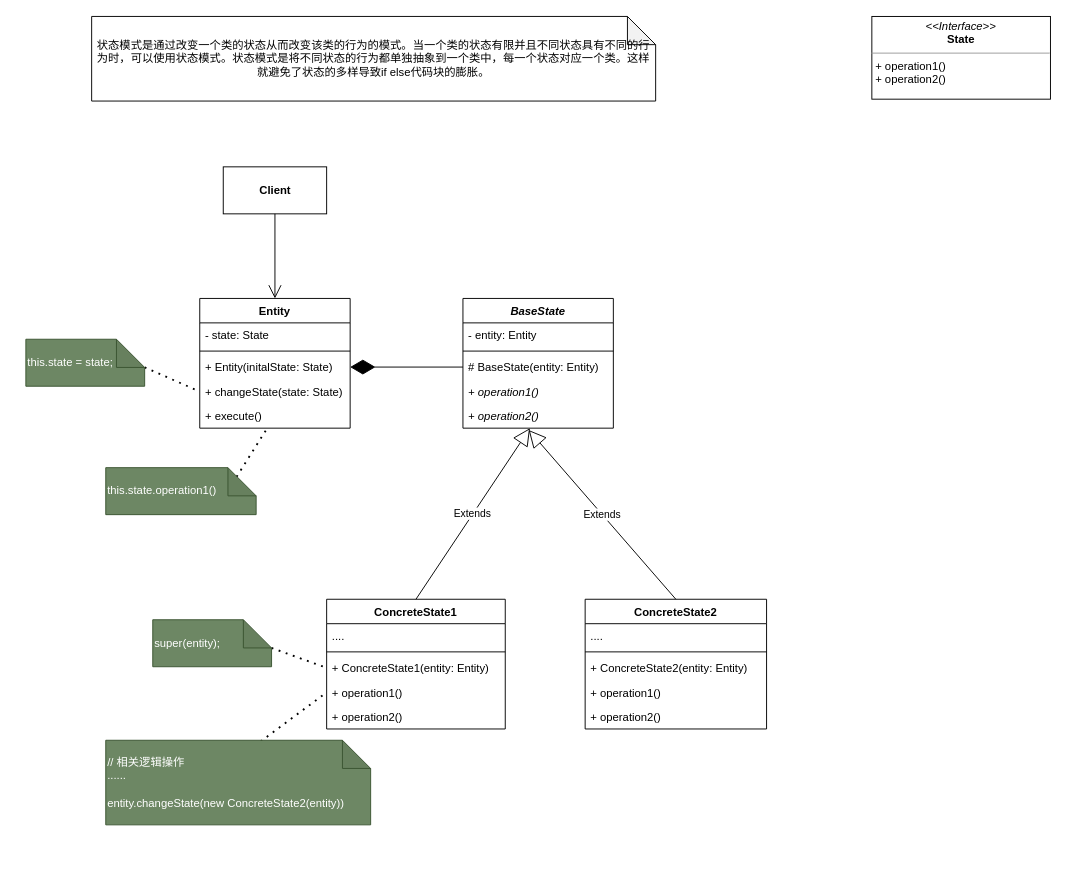
Earlier version of the draw.io diagram page "第 1 页" (1 of 2) of 状态模式.drawio (HsoulLink/designpattern_pic). Source tidied: cells renumbered, new cells numbered last; positions are measured from the earlier drawing's top-left corner, leaving out a move shared by most shapes. Both pictures are drawn from the tidied source at 94%, with x=0, y=0 at pixel (25, 16).
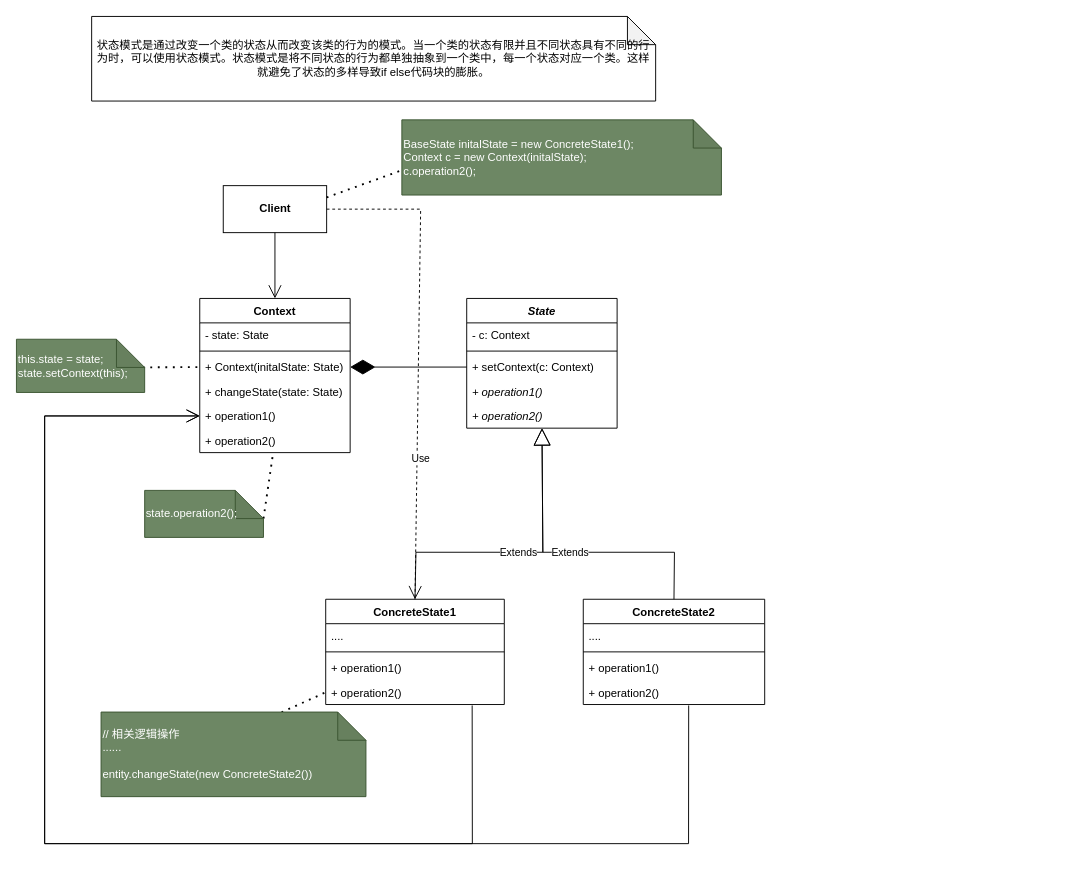
After the change.

Commit message (it also covers changes not shown here):
更新状态模式.drawio

The change refers to these unchanged cells:
```xml
<mxCell id="14" value="+ changeState(state: State)" style="text;strokeColor=none;fillColor=none;align=left;verticalAlign=top;spacingLeft=4;spacingRight=4;overflow=hidden;points=[[0,0.5],[1,0.5]];portConstraint=eastwest;" parent="10" vertex="1">
  <mxGeometry y="86" width="160" height="26" as="geometry" />
</mxCell>
<mxCell id="27" value="+ operation2()" style="text;strokeColor=none;fillColor=none;align=left;verticalAlign=top;spacingLeft=4;spacingRight=4;overflow=hidden;points=[[0,0.5],[1,0.5]];portConstraint=eastwest;fontStyle=2;" parent="22" vertex="1">
  <mxGeometry y="112" width="160" height="26" as="geometry" />
</mxCell>
```

Change to the diagram source:
```diff
@@
-    <mxCell id="3" value="&lt;p style=&quot;margin:0px;margin-top:4px;text-align:center;&quot;&gt;&lt;i&gt;&amp;lt;&amp;lt;Interface&amp;gt;&amp;gt;&lt;/i&gt;&lt;br&gt;&lt;b&gt;State&lt;/b&gt;&lt;/p&gt;&lt;hr size=&quot;1&quot;&gt;&lt;p style=&quot;margin:0px;margin-left:4px;&quot;&gt;&lt;span style=&quot;background-color: initial;&quot;&gt;+ operation1()&lt;/span&gt;&lt;br&gt;&lt;/p&gt;&lt;p style=&quot;margin:0px;margin-left:4px;&quot;&gt;+ operation2()&lt;/p&gt;" style="verticalAlign=top;align=left;overflow=fill;fontSize=12;fontFamily=Helvetica;html=1;" parent="1" vertex="1">
-      <mxGeometry x="900" width="190" height="88" as="geometry" />
-    </mxCell>
     <mxCell id="4" value="ConcreteState2" style="swimlane;fontStyle=1;align=center;verticalAlign=top;horizontal=1;startSize=26;" parent="1" vertex="1">
-      <mxGeometry x="595" y="620" width="193" height="138" as="geometry" />
+      <mxGeometry x="593" y="620" width="193" height="112" as="geometry" />
     </mxCell>
@@
-    <mxCell id="7" value="+ ConcreteState2(entity: Entity)" style="text;strokeColor=none;fillColor=none;align=left;verticalAlign=top;spacingLeft=4;spacingRight=4;overflow=hidden;" parent="4" vertex="1">
-      <mxGeometry y="60" width="193" height="26" as="geometry" />
-    </mxCell>
     <mxCell id="8" value="+ operation1()" style="text;strokeColor=none;fillColor=none;align=left;verticalAlign=top;spacingLeft=4;spacingRight=4;overflow=hidden;" parent="4" vertex="1">
-      <mxGeometry y="86" width="193" height="26" as="geometry" />
+      <mxGeometry y="60" width="193" height="26" as="geometry" />
     </mxCell>
     <mxCell id="9" value="+ operation2()" style="text;strokeColor=none;fillColor=none;align=left;verticalAlign=top;spacingLeft=4;spacingRight=4;overflow=hidden;points=[[0,0.5],[1,0.5]];portConstraint=eastwest;" parent="4" vertex="1">
-      <mxGeometry y="112" width="193" height="26" as="geometry" />
+      <mxGeometry y="86" width="193" height="26" as="geometry" />
     </mxCell>
-    <mxCell id="10" value="Entity" style="swimlane;fontStyle=1;align=center;verticalAlign=top;horizontal=1;startSize=26;" parent="1" vertex="1">
-      <mxGeometry x="185" y="300" width="160" height="138" as="geometry" />
+    <mxCell id="10" value="Context" style="swimlane;fontStyle=1;align=center;verticalAlign=top;horizontal=1;startSize=26;" parent="1" vertex="1">
+      <mxGeometry x="185" y="300" width="160" height="164" as="geometry" />
     </mxCell>
@@
-    <mxCell id="13" value="+ Entity(initalState: State)" style="text;strokeColor=none;fillColor=none;align=left;verticalAlign=top;spacingLeft=4;spacingRight=4;overflow=hidden;points=[[0,0.5],[1,0.5]];portConstraint=eastwest;" parent="10" vertex="1">
+    <mxCell id="13" value="+ Context(initalState: State)" style="text;strokeColor=none;fillColor=none;align=left;verticalAlign=top;spacingLeft=4;spacingRight=4;overflow=hidden;points=[[0,0.5],[1,0.5]];portConstraint=eastwest;" parent="10" vertex="1">
       <mxGeometry y="60" width="160" height="26" as="geometry" />
     </mxCell>
@@
-    <mxCell id="15" value="+ execute()" style="text;strokeColor=none;fillColor=none;align=left;verticalAlign=top;spacingLeft=4;spacingRight=4;overflow=hidden;points=[[0,0.5],[1,0.5]];portConstraint=eastwest;" parent="10" vertex="1">
+    <mxCell id="15" value="+ operation1()" style="text;strokeColor=none;fillColor=none;align=left;verticalAlign=top;spacingLeft=4;spacingRight=4;overflow=hidden;points=[[0,0.5],[1,0.5]];portConstraint=eastwest;" parent="10" vertex="1">
       <mxGeometry y="112" width="160" height="26" as="geometry" />
     </mxCell>
+    <mxCell id="41" value="+ operation2()" style="text;strokeColor=none;fillColor=none;align=left;verticalAlign=top;spacingLeft=4;spacingRight=4;overflow=hidden;points=[[0,0.5],[1,0.5]];portConstraint=eastwest;" parent="10" vertex="1">
+      <mxGeometry y="138" width="160" height="26" as="geometry" />
+    </mxCell>
     <mxCell id="16" value="ConcreteState1" style="swimlane;fontStyle=1;align=center;verticalAlign=top;horizontal=1;startSize=26;" parent="1" vertex="1">
-      <mxGeometry x="320" y="620" width="190" height="138" as="geometry" />
+      <mxGeometry x="319" y="620" width="190" height="112" as="geometry" />
     </mxCell>
@@
-    <mxCell id="19" value="+ ConcreteState1(entity: Entity)" style="text;strokeColor=none;fillColor=none;align=left;verticalAlign=top;spacingLeft=4;spacingRight=4;overflow=hidden;points=[[0,0.5],[1,0.5]];portConstraint=eastwest;" parent="16" vertex="1">
-      <mxGeometry y="60" width="190" height="26" as="geometry" />
-    </mxCell>
     <mxCell id="20" value="+ operation1()" style="text;strokeColor=none;fillColor=none;align=left;verticalAlign=top;spacingLeft=4;spacingRight=4;overflow=hidden;points=[[0,0.5],[1,0.5]];portConstraint=eastwest;" parent="16" vertex="1">
-      <mxGeometry y="86" width="190" height="26" as="geometry" />
+      <mxGeometry y="60" width="190" height="26" as="geometry" />
     </mxCell>
     <mxCell id="21" value="+ operation2()" style="text;strokeColor=none;fillColor=none;align=left;verticalAlign=top;spacingLeft=4;spacingRight=4;overflow=hidden;points=[[0,0.5],[1,0.5]];portConstraint=eastwest;" parent="16" vertex="1">
-      <mxGeometry y="112" width="190" height="26" as="geometry" />
+      <mxGeometry y="86" width="190" height="26" as="geometry" />
     </mxCell>
-    <mxCell id="22" value="BaseState" style="swimlane;fontStyle=3;align=center;verticalAlign=top;horizontal=1;startSize=26;" parent="1" vertex="1">
-      <mxGeometry x="465" y="300" width="160" height="138" as="geometry" />
+    <mxCell id="22" value="State" style="swimlane;fontStyle=3;align=center;verticalAlign=top;horizontal=1;startSize=26;" parent="1" vertex="1">
+      <mxGeometry x="469" y="300" width="160" height="138" as="geometry" />
     </mxCell>
-    <mxCell id="23" value="- entity: Entity" style="text;strokeColor=none;fillColor=none;align=left;verticalAlign=top;spacingLeft=4;spacingRight=4;overflow=hidden;" parent="22" vertex="1">
+    <mxCell id="23" value="- c: Context" style="text;strokeColor=none;fillColor=none;align=left;verticalAlign=top;spacingLeft=4;spacingRight=4;overflow=hidden;" parent="22" vertex="1">
       <mxGeometry y="26" width="160" height="26" as="geometry" />
     </mxCell>
@@
-    <mxCell id="25" value="# BaseState(entity: Entity)" style="text;strokeColor=none;fillColor=none;align=left;verticalAlign=top;spacingLeft=4;spacingRight=4;overflow=hidden;points=[[0,0.5],[1,0.5]];portConstraint=eastwest;fontStyle=0;" parent="22" vertex="1">
+    <mxCell id="25" value="+ setContext(c: Context)" style="text;strokeColor=none;fillColor=none;align=left;verticalAlign=top;spacingLeft=4;spacingRight=4;overflow=hidden;points=[[0,0.5],[1,0.5]];portConstraint=eastwest;fontStyle=0;" parent="22" vertex="1">
       <mxGeometry y="60" width="160" height="26" as="geometry" />
     </mxCell>
@@
     <mxCell id="28" value="Extends" style="endArrow=block;endSize=16;endFill=0;html=1;rounded=0;exitX=0.5;exitY=0;exitDx=0;exitDy=0;" parent="1" edge="1" source="16" target="27">
-      <mxGeometry relative="1" as="geometry" />
+      <mxGeometry relative="1" as="geometry">
+        <Array as="points">
+          <mxPoint x="415" y="570" />
+          <mxPoint x="550" y="570" />
+        </Array>
+      </mxGeometry>
     </mxCell>
-    <mxCell id="29" value="Extends" style="endArrow=block;endSize=16;endFill=0;html=1;rounded=0;exitX=0.5;exitY=0;exitDx=0;exitDy=0;" parent="1" edge="1" source="4">
+    <mxCell id="29" value="Extends" style="endArrow=block;endSize=16;endFill=0;html=1;rounded=0;exitX=0.5;exitY=0;exitDx=0;exitDy=0;" parent="1" edge="1" source="4" target="27">
       <mxGeometry relative="1" as="geometry">
-        <mxPoint x="535" y="440" as="targetPoint" />
+        <Array as="points">
+          <mxPoint x="690" y="570" />
+          <mxPoint x="550" y="570" />
+        </Array>
       </mxGeometry>
     </mxCell>
     <mxCell id="30" value="Client" style="html=1;fontStyle=1;" parent="1" vertex="1">
-      <mxGeometry x="210" y="160" width="110" height="50" as="geometry" />
+      <mxGeometry x="210" y="180" width="110" height="50" as="geometry" />
     </mxCell>
@@
-    <mxCell id="32" style="endArrow=none;dashed=1;html=1;dashPattern=1 3;strokeWidth=2;rounded=0;entryX=0;entryY=0.5;entryDx=0;entryDy=0;exitX=0;exitY=0;exitDx=126.4;exitDy=30;exitPerimeter=0;" parent="1" edge="1" source="33" target="19">
-      <mxGeometry relative="1" as="geometry" />
-    </mxCell>
-    <mxCell id="33" value="super(entity);" style="shape=note;whiteSpace=wrap;html=1;backgroundOutline=1;darkOpacity=0.05;align=left;fillColor=#6d8764;fontColor=#ffffff;strokeColor=#3A5431;" parent="1" vertex="1">
-      <mxGeometry x="135" y="641.8" width="126.4" height="50" as="geometry" />
-    </mxCell>
-    <mxCell id="34" style="endArrow=none;dashed=1;html=1;dashPattern=1 3;strokeWidth=2;rounded=0;entryX=0;entryY=0.5;entryDx=0;entryDy=0;exitX=0;exitY=0;exitDx=126.4;exitDy=30;exitPerimeter=0;" parent="1" edge="1" source="35" target="20">
+    <mxCell id="34" style="endArrow=none;dashed=1;html=1;dashPattern=1 3;strokeWidth=2;rounded=0;entryX=0;entryY=0.5;entryDx=0;entryDy=0;exitX=0;exitY=0;exitDx=126.4;exitDy=30;exitPerimeter=0;" parent="1" edge="1" source="35" target="21">
       <mxGeometry relative="1" as="geometry" />
     </mxCell>
-    <mxCell id="35" value="// 相关逻辑操作&lt;br&gt;......&lt;br&gt;&lt;br&gt;entity.changeState(new ConcreteState2(entity))" style="shape=note;whiteSpace=wrap;html=1;backgroundOutline=1;darkOpacity=0.05;align=left;fillColor=#6d8764;fontColor=#ffffff;strokeColor=#3A5431;" parent="1" vertex="1">
-      <mxGeometry x="85" y="770" width="281.8" height="90" as="geometry" />
+    <mxCell id="35" value="// 相关逻辑操作&lt;br&gt;......&lt;br&gt;&lt;br&gt;entity.changeState(new ConcreteState2())" style="shape=note;whiteSpace=wrap;html=1;backgroundOutline=1;darkOpacity=0.05;align=left;fillColor=#6d8764;fontColor=#ffffff;strokeColor=#3A5431;" parent="1" vertex="1">
+      <mxGeometry x="80" y="740" width="281.8" height="90" as="geometry" />
     </mxCell>
-    <mxCell id="36" style="endArrow=none;dashed=1;html=1;dashPattern=1 3;strokeWidth=2;rounded=0;entryX=0;entryY=0.5;entryDx=0;entryDy=0;exitX=0;exitY=0;exitDx=126.4;exitDy=30;exitPerimeter=0;" parent="1" edge="1" source="37" target="14">
+    <mxCell id="36" style="endArrow=none;dashed=1;html=1;dashPattern=1 3;strokeWidth=2;rounded=0;entryX=0;entryY=0.5;entryDx=0;entryDy=0;exitX=0;exitY=0;exitDx=126.4;exitDy=30;exitPerimeter=0;" parent="1" edge="1" source="37" target="13">
       <mxGeometry relative="1" as="geometry" />
     </mxCell>
-    <mxCell id="37" value="this.state = state;" style="shape=note;whiteSpace=wrap;html=1;backgroundOutline=1;darkOpacity=0.05;align=left;fillColor=#6d8764;fontColor=#ffffff;strokeColor=#3A5431;" parent="1" vertex="1">
-      <mxGeometry y="343.4" width="126.4" height="50" as="geometry" />
+    <mxCell id="37" value="this.state = state;&lt;br&gt;state.setContext(this);" style="shape=note;whiteSpace=wrap;html=1;backgroundOutline=1;darkOpacity=0.05;align=left;fillColor=#6d8764;fontColor=#ffffff;strokeColor=#3A5431;" parent="1" vertex="1">
+      <mxGeometry x="-10" y="343.4" width="136.4" height="56.6" as="geometry" />
     </mxCell>
-    <mxCell id="38" style="endArrow=none;dashed=1;html=1;dashPattern=1 3;strokeWidth=2;rounded=0;exitX=0;exitY=0;exitDx=126.4;exitDy=30;exitPerimeter=0;" parent="1" edge="1" source="39" target="15">
-      <mxGeometry relative="1" as="geometry" />
-    </mxCell>
-    <mxCell id="39" value="this.state.operation1()" style="shape=note;whiteSpace=wrap;html=1;backgroundOutline=1;darkOpacity=0.05;align=left;fillColor=#6d8764;fontColor=#ffffff;strokeColor=#3A5431;" parent="1" vertex="1">
-      <mxGeometry x="85" y="480" width="160" height="50" as="geometry" />
-    </mxCell>
@@
+    <mxCell id="42" style="endArrow=none;dashed=1;html=1;dashPattern=1 3;strokeWidth=2;rounded=0;exitX=0;exitY=0;exitDx=126.4;exitDy=30;exitPerimeter=0;" parent="1" edge="1" source="43" target="41">
+      <mxGeometry relative="1" as="geometry" />
+    </mxCell>
+    <mxCell id="43" value="state.operation2();" style="shape=note;whiteSpace=wrap;html=1;backgroundOutline=1;darkOpacity=0.05;align=left;fillColor=#6d8764;fontColor=#ffffff;strokeColor=#3A5431;" parent="1" vertex="1">
+      <mxGeometry x="126.4" y="504.2" width="126.4" height="50" as="geometry" />
+    </mxCell>
+    <mxCell id="44" style="endArrow=open;endFill=1;endSize=12;html=1;rounded=0;exitX=0.82;exitY=1.038;exitDx=0;exitDy=0;exitPerimeter=0;entryX=0;entryY=0.5;entryDx=0;entryDy=0;" parent="1" edge="1" source="21" target="15">
+      <mxGeometry relative="1" as="geometry">
+        <Array as="points">
+          <mxPoint x="475" y="880" />
+          <mxPoint x="20" y="880" />
+          <mxPoint x="20" y="425" />
+        </Array>
+      </mxGeometry>
+    </mxCell>
+    <mxCell id="45" style="endArrow=open;endFill=1;endSize=12;html=1;rounded=0;exitX=0.581;exitY=1.038;exitDx=0;exitDy=0;exitPerimeter=0;entryX=0;entryY=0.5;entryDx=0;entryDy=0;" parent="1" edge="1" source="9" target="15">
+      <mxGeometry relative="1" as="geometry">
+        <Array as="points">
+          <mxPoint x="705" y="880" />
+          <mxPoint x="20" y="880" />
+          <mxPoint x="20" y="425" />
+        </Array>
+      </mxGeometry>
+    </mxCell>
+    <mxCell id="46" value="Use" style="endArrow=open;endSize=12;dashed=1;html=1;rounded=0;exitX=1;exitY=0.5;exitDx=0;exitDy=0;entryX=0.5;entryY=0;entryDx=0;entryDy=0;" parent="1" edge="1" source="30" target="16">
+      <mxGeometry x="0.42" y="4" relative="1" as="geometry">
+        <Array as="points">
+          <mxPoint x="420" y="205" />
+        </Array>
+      </mxGeometry>
+    </mxCell>
+    <mxCell id="47" style="endArrow=none;dashed=1;html=1;dashPattern=1 3;strokeWidth=2;rounded=0;exitX=1;exitY=0.25;exitDx=0;exitDy=0;" parent="1" edge="1" source="30">
+      <mxGeometry relative="1" as="geometry">
+        <mxPoint x="410" y="160" as="targetPoint" />
+      </mxGeometry>
+    </mxCell>
+    <mxCell id="48" value="BaseState initalState = new ConcreteState1();&lt;br&gt;Context c = new Context(initalState);&lt;br&gt;c.operation2();" style="shape=note;whiteSpace=wrap;html=1;backgroundOutline=1;darkOpacity=0.05;align=left;fillColor=#6d8764;fontColor=#ffffff;strokeColor=#3A5431;" parent="1" vertex="1">
+      <mxGeometry x="400" y="110" width="340" height="80" as="geometry" />
+    </mxCell>
```
